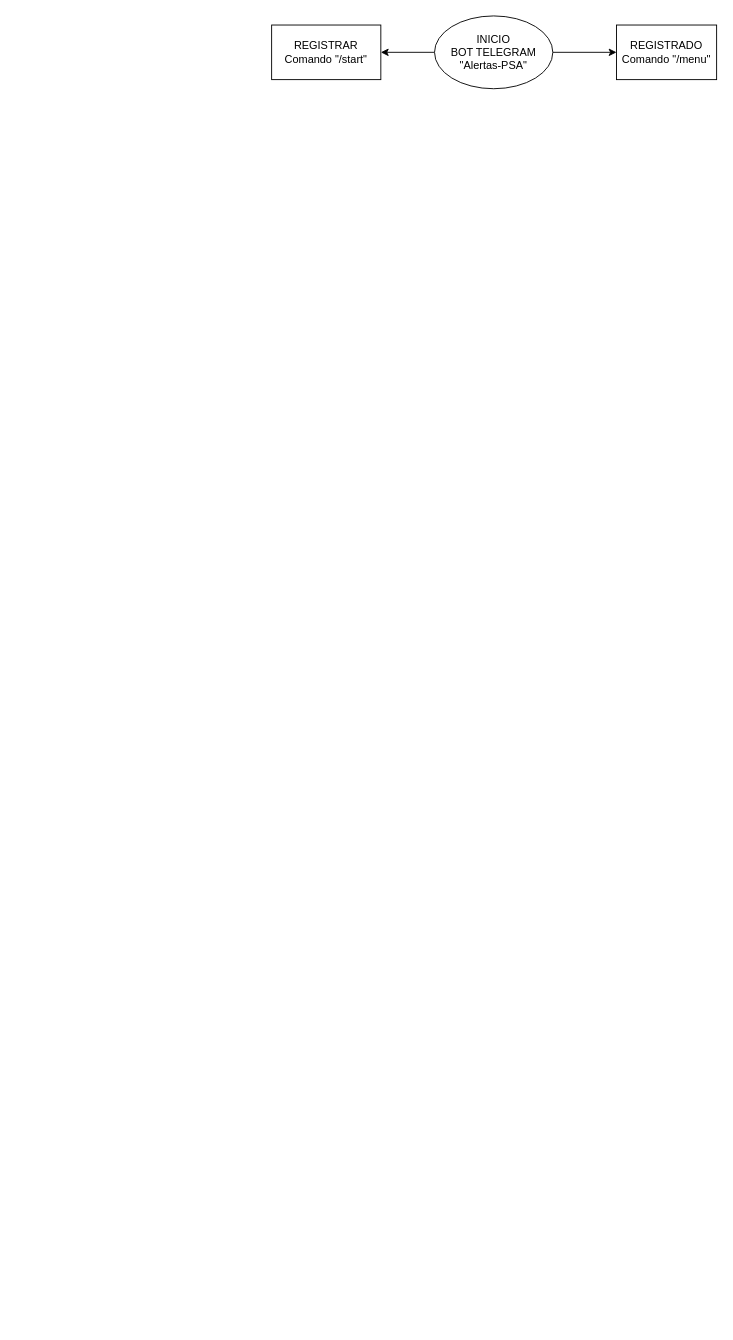
Earlier version of the draw.io diagram Flujos_en _Bot.drawio (gavalle2024/Diagramas-de-Flujos). Source tidied: cells renumbered, new cells numbered last; positions are measured from the earlier drawing's top-left corner, leaving out a move shared by most shapes. Both pictures are drawn from the tidied source at 91%, with x=0, y=0 at pixel (271, 15).
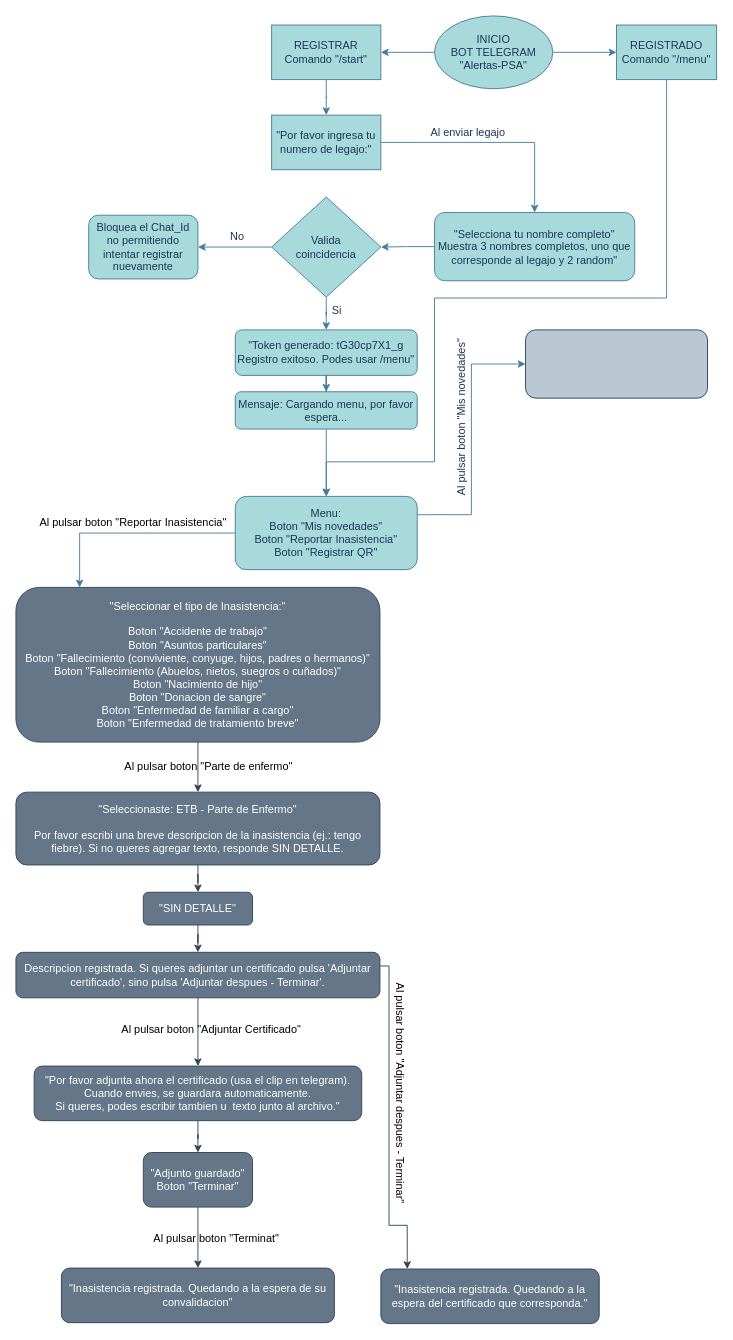
Above is the later version.

What changed in the source:
```diff
@@
-    <mxCell id="2" style="edgeStyle=orthogonalEdgeStyle;rounded=0;jettySize=auto;html=1;" parent="1" edge="1" source="4" target="5">
+    <mxCell id="2" style="edgeStyle=orthogonalEdgeStyle;rounded=0;jettySize=auto;html=1;labelBackgroundColor=none;strokeColor=#457B9D;fontColor=default;" parent="1" edge="1" source="4" target="5">
       <mxGeometry relative="1" as="geometry" />
     </mxCell>
-    <mxCell id="3" style="edgeStyle=orthogonalEdgeStyle;rounded=0;jettySize=auto;html=1;" parent="1" edge="1" source="4" target="6">
+    <mxCell id="3" style="edgeStyle=orthogonalEdgeStyle;rounded=0;jettySize=auto;html=1;labelBackgroundColor=none;strokeColor=#457B9D;fontColor=default;" parent="1" edge="1" source="4" target="6">
       <mxGeometry relative="1" as="geometry" />
     </mxCell>
-    <mxCell id="4" value="INICIO&lt;div&gt;BOT TELEGRAM&lt;/div&gt;&lt;div&gt;&quot;Alertas-PSA&quot;&lt;/div&gt;" style="ellipse;whiteSpace=wrap;html=1;" parent="1" vertex="1">
+    <mxCell id="4" value="INICIO&lt;div&gt;BOT TELEGRAM&lt;/div&gt;&lt;div&gt;&quot;Alertas-PSA&quot;&lt;/div&gt;" style="ellipse;whiteSpace=wrap;html=1;labelBackgroundColor=none;fillColor=#A8DADC;strokeColor=#457B9D;fontColor=#1D3557;" parent="1" vertex="1">
       <mxGeometry x="179" width="130" height="80" as="geometry" />
     </mxCell>
+    <mxCell id="7" style="edgeStyle=orthogonalEdgeStyle;rounded=0;jettySize=auto;html=1;labelBackgroundColor=none;strokeColor=#457B9D;fontColor=default;" parent="1" edge="1" source="5" target="10">
+      <mxGeometry relative="1" as="geometry" />
+    </mxCell>
-    <mxCell id="5" value="REGISTRAR Comando &quot;/start&quot;" style="whiteSpace=wrap;html=1;" parent="1" vertex="1">
+    <mxCell id="5" value="REGISTRAR Comando &quot;/start&quot;" style="whiteSpace=wrap;html=1;labelBackgroundColor=none;fillColor=#A8DADC;strokeColor=#457B9D;fontColor=#1D3557;" parent="1" vertex="1">
       <mxGeometry y="10" width="120" height="60" as="geometry" />
     </mxCell>
+    <mxCell id="8" style="edgeStyle=orthogonalEdgeStyle;rounded=0;jettySize=auto;html=1;exitX=0.5;exitY=1;exitDx=0;exitDy=0;entryX=0.5;entryY=0;entryDx=0;entryDy=0;labelBackgroundColor=none;strokeColor=#457B9D;fontColor=default;" parent="1" edge="1" source="6" target="25">
+      <mxGeometry relative="1" as="geometry">
+        <Array as="points">
+          <mxPoint x="434" y="310" />
+          <mxPoint x="179" y="310" />
+          <mxPoint x="179" y="490" />
+          <mxPoint x="60" y="490" />
+        </Array>
+      </mxGeometry>
+    </mxCell>
-    <mxCell id="6" value="REGISTRADO&lt;div&gt;Comando &quot;/menu&quot;&lt;/div&gt;" style="whiteSpace=wrap;html=1;" parent="1" vertex="1">
+    <mxCell id="6" value="REGISTRADO&lt;div&gt;Comando &quot;/menu&quot;&lt;/div&gt;" style="whiteSpace=wrap;html=1;labelBackgroundColor=none;fillColor=#A8DADC;strokeColor=#457B9D;fontColor=#1D3557;" parent="1" vertex="1">
       <mxGeometry x="379" y="10" width="110" height="60" as="geometry" />
     </mxCell>
+    <mxCell id="9" style="edgeStyle=orthogonalEdgeStyle;rounded=0;jettySize=auto;html=1;labelBackgroundColor=none;strokeColor=#457B9D;fontColor=default;" parent="1" edge="1" source="10" target="12">
+      <mxGeometry relative="1" as="geometry" />
+    </mxCell>
+    <mxCell id="10" value="&quot;Por favor ingresa tu numero de legajo:&quot;" style="whiteSpace=wrap;html=1;labelBackgroundColor=none;fillColor=#A8DADC;strokeColor=#457B9D;fontColor=#1D3557;" parent="1" vertex="1">
+      <mxGeometry y="109" width="120" height="60" as="geometry" />
+    </mxCell>
+    <mxCell id="11" style="edgeStyle=orthogonalEdgeStyle;rounded=0;jettySize=auto;html=1;labelBackgroundColor=none;strokeColor=#457B9D;fontColor=default;" parent="1" edge="1" source="12" target="14">
+      <mxGeometry relative="1" as="geometry" />
+    </mxCell>
+    <mxCell id="12" value="&quot;Selecciona tu nombre completo&quot;&lt;div&gt;Muestra 3 nombres completos, uno que corresponde al legajo y 2 random&quot;&lt;/div&gt;" style="rounded=1;whiteSpace=wrap;html=1;labelBackgroundColor=none;fillColor=#A8DADC;strokeColor=#457B9D;fontColor=#1D3557;" parent="1" vertex="1">
+      <mxGeometry x="179" y="216" width="220" height="75" as="geometry" />
+    </mxCell>
+    <mxCell id="13" style="edgeStyle=orthogonalEdgeStyle;rounded=0;jettySize=auto;html=1;labelBackgroundColor=none;strokeColor=#457B9D;fontColor=default;" parent="1" edge="1" source="14" target="19">
+      <mxGeometry relative="1" as="geometry" />
+    </mxCell>
+    <mxCell id="14" value="Valida&lt;div&gt;coincidencia&lt;/div&gt;" style="rhombus;whiteSpace=wrap;html=1;labelBackgroundColor=none;fillColor=#A8DADC;strokeColor=#457B9D;fontColor=#1D3557;" parent="1" vertex="1">
+      <mxGeometry y="199" width="120" height="110" as="geometry" />
+    </mxCell>
+    <mxCell id="15" value="Bloquea el Chat_Id no permitiendo intentar registrar nuevamente" style="rounded=1;whiteSpace=wrap;html=1;labelBackgroundColor=none;fillColor=#A8DADC;strokeColor=#457B9D;fontColor=#1D3557;" parent="1" vertex="1">
+      <mxGeometry x="-201" y="219" width="120" height="70" as="geometry" />
+    </mxCell>
+    <mxCell id="16" style="edgeStyle=orthogonalEdgeStyle;rounded=0;jettySize=auto;html=1;entryX=1;entryY=0.5;entryDx=0;entryDy=0;labelBackgroundColor=none;strokeColor=#457B9D;fontColor=default;" parent="1" edge="1" source="14" target="15">
+      <mxGeometry relative="1" as="geometry" />
+    </mxCell>
+    <mxCell id="17" value="No" style="text;html=1;whiteSpace=wrap;strokeColor=none;fillColor=none;align=center;verticalAlign=middle;rounded=0;labelBackgroundColor=none;fontColor=light-dark(#1D3557,#FFFF66);" parent="1" vertex="1">
+      <mxGeometry x="-57" y="228" width="39" height="30" as="geometry" />
+    </mxCell>
+    <mxCell id="18" style="edgeStyle=orthogonalEdgeStyle;rounded=0;jettySize=auto;html=1;labelBackgroundColor=none;strokeColor=#457B9D;fontColor=default;" parent="1" edge="1" source="19" target="22">
+      <mxGeometry relative="1" as="geometry" />
+    </mxCell>
+    <mxCell id="19" value="&quot;Token generado: tG30cp7X1_g&lt;div&gt;Registro exitoso. Podes usar /menu&quot;&lt;/div&gt;" style="rounded=1;whiteSpace=wrap;html=1;labelBackgroundColor=none;fillColor=#A8DADC;strokeColor=#457B9D;fontColor=#1D3557;" parent="1" vertex="1">
+      <mxGeometry x="-40" y="345" width="200" height="50" as="geometry" />
+    </mxCell>
+    <mxCell id="20" value="Si" style="text;html=1;whiteSpace=wrap;strokeColor=none;fillColor=none;align=center;verticalAlign=middle;rounded=0;labelBackgroundColor=none;fontColor=light-dark(#1D3557,#FFFF66);" parent="1" vertex="1">
+      <mxGeometry x="52" y="309" width="40" height="30" as="geometry" />
+    </mxCell>
+    <mxCell id="21" style="edgeStyle=orthogonalEdgeStyle;rounded=0;jettySize=auto;html=1;labelBackgroundColor=none;strokeColor=#457B9D;fontColor=default;" parent="1" edge="1" source="22" target="25">
+      <mxGeometry relative="1" as="geometry">
+        <Array as="points">
+          <mxPoint x="60" y="470" />
+          <mxPoint x="60" y="470" />
+        </Array>
+      </mxGeometry>
+    </mxCell>
+    <mxCell id="22" value="Mensaje: Cargando menu, por favor espera..." style="rounded=1;whiteSpace=wrap;html=1;labelBackgroundColor=none;fillColor=#A8DADC;strokeColor=#457B9D;fontColor=#1D3557;" parent="1" vertex="1">
+      <mxGeometry x="-40" y="413" width="200" height="41" as="geometry" />
+    </mxCell>
+    <mxCell id="23" style="edgeStyle=orthogonalEdgeStyle;rounded=0;jettySize=auto;html=1;exitX=0;exitY=0.5;exitDx=0;exitDy=0;labelBackgroundColor=none;strokeColor=#457B9D;fontColor=default;" parent="1" edge="1" source="25" target="27">
+      <mxGeometry relative="1" as="geometry">
+        <Array as="points">
+          <mxPoint x="-211" y="568" />
+        </Array>
+      </mxGeometry>
+    </mxCell>
+    <mxCell id="24" style="edgeStyle=orthogonalEdgeStyle;rounded=0;jettySize=auto;html=1;exitX=1;exitY=0.25;exitDx=0;exitDy=0;entryX=0;entryY=0.5;entryDx=0;entryDy=0;labelBackgroundColor=none;strokeColor=#457B9D;fontColor=default;" parent="1" edge="1" source="25" target="47">
+      <mxGeometry relative="1" as="geometry" />
+    </mxCell>
+    <mxCell id="25" value="Menu:&lt;div&gt;Boton &quot;Mis novedades&quot;&lt;/div&gt;&lt;div&gt;Boton &quot;Reportar Inasistencia&quot;&lt;/div&gt;&lt;div&gt;Boton &quot;Registrar QR&quot;&lt;/div&gt;" style="rounded=1;whiteSpace=wrap;html=1;labelBackgroundColor=none;fillColor=#A8DADC;strokeColor=#457B9D;fontColor=#1D3557;" parent="1" vertex="1">
+      <mxGeometry x="-40" y="528" width="200" height="80.5" as="geometry" />
+    </mxCell>
+    <mxCell id="26" style="edgeStyle=orthogonalEdgeStyle;rounded=0;jettySize=auto;html=1;labelBackgroundColor=none;strokeColor=#314354;fontColor=default;fillColor=#647687;" parent="1" edge="1" source="27" target="30">
+      <mxGeometry relative="1" as="geometry" />
+    </mxCell>
+    <mxCell id="27" value="&quot;Seleccionar el tipo de Inasistencia:&quot;&lt;div&gt;&lt;br&gt;&lt;/div&gt;&lt;div&gt;Boton &quot;Accidente de trabajo&quot;&lt;/div&gt;&lt;div&gt;Boton &quot;Asuntos particulares&quot;&lt;/div&gt;&lt;div&gt;Boton &quot;Fallecimiento (conviviente, conyuge, hijos, padres o hermanos)&quot;&lt;/div&gt;&lt;div&gt;Boton &quot;Fallecimiento (Abuelos, nietos, suegros o cuñados)&quot;&lt;/div&gt;&lt;div&gt;Boton &quot;Nacimiento de hijo&quot;&lt;/div&gt;&lt;div&gt;Boton &quot;Donacion de sangre&quot;&lt;/div&gt;&lt;div&gt;Boton &quot;Enfermedad de familiar a cargo&quot;&lt;/div&gt;&lt;div&gt;Boton &quot;Enfermedad de tratamiento breve&quot;&lt;/div&gt;" style="whiteSpace=wrap;html=1;rounded=1;labelBackgroundColor=none;fillColor=#647687;strokeColor=#314354;fontColor=#ffffff;" parent="1" vertex="1">
+      <mxGeometry x="-281" y="628" width="400" height="170" as="geometry" />
+    </mxCell>
+    <mxCell id="28" value="Al pulsar boton &quot;Reportar Inasis&lt;span style=&quot;background-color: transparent;&quot;&gt;tencia&quot;&lt;/span&gt;" style="text;html=1;whiteSpace=wrap;align=center;verticalAlign=middle;rounded=0;labelBackgroundColor=none;fontColor=light-dark(#000000,#FFFF66);" parent="1" vertex="1">
+      <mxGeometry x="-260" y="542" width="216" height="30" as="geometry" />
+    </mxCell>
+    <mxCell id="29" style="edgeStyle=orthogonalEdgeStyle;rounded=0;jettySize=auto;html=1;labelBackgroundColor=none;strokeColor=#314354;fontColor=default;fillColor=#647687;" parent="1" edge="1" source="30" target="32">
+      <mxGeometry relative="1" as="geometry" />
+    </mxCell>
+    <mxCell id="30" value="&quot;Seleccionaste: ETB - Parte de Enfermo&quot;&lt;div&gt;&lt;br&gt;&lt;/div&gt;&lt;div&gt;Por favor escribi una breve descripcion de la inasistencia (ej.: tengo fiebre). Si no queres agregar texto, responde SIN DETALLE.&lt;/div&gt;" style="whiteSpace=wrap;html=1;rounded=1;labelBackgroundColor=none;fillColor=#647687;strokeColor=#314354;fontColor=#ffffff;" parent="1" vertex="1">
+      <mxGeometry x="-281" y="853" width="400" height="80" as="geometry" />
+    </mxCell>
+    <mxCell id="31" style="edgeStyle=orthogonalEdgeStyle;rounded=0;jettySize=auto;html=1;labelBackgroundColor=none;strokeColor=#314354;fontColor=default;fillColor=#647687;" parent="1" edge="1" source="32" target="35">
+      <mxGeometry relative="1" as="geometry" />
+    </mxCell>
+    <mxCell id="32" value="&quot;SIN DETALLE&quot;" style="whiteSpace=wrap;html=1;rounded=1;labelBackgroundColor=none;fillColor=#647687;strokeColor=#314354;fontColor=#ffffff;" parent="1" vertex="1">
+      <mxGeometry x="-141" y="963" width="120" height="36" as="geometry" />
+    </mxCell>
+    <mxCell id="33" style="edgeStyle=orthogonalEdgeStyle;rounded=0;jettySize=auto;html=1;labelBackgroundColor=none;strokeColor=#314354;fontColor=default;fillColor=#647687;" parent="1" edge="1" source="35" target="37">
+      <mxGeometry relative="1" as="geometry" />
+    </mxCell>
+    <mxCell id="34" style="edgeStyle=orthogonalEdgeStyle;rounded=0;jettySize=auto;html=1;exitX=1;exitY=0.5;exitDx=0;exitDy=0;entryX=0.121;entryY=0;entryDx=0;entryDy=0;entryPerimeter=0;labelBackgroundColor=none;strokeColor=#314354;fontColor=default;fillColor=#647687;" parent="1" edge="1" target="43">
+      <mxGeometry relative="1" as="geometry">
+        <mxPoint x="119" y="1044" as="sourcePoint" />
+        <Array as="points">
+          <mxPoint x="129" y="1044" />
+          <mxPoint x="129" y="1329" />
+          <mxPoint x="149" y="1329" />
+        </Array>
+      </mxGeometry>
+    </mxCell>
+    <mxCell id="35" value="Descripcion registrada. Si queres adjuntar un certificado pulsa 'Adjuntar certificado', sino pulsa 'Adjuntar despues - Terminar'." style="rounded=1;whiteSpace=wrap;html=1;labelBackgroundColor=none;fillColor=#647687;strokeColor=#314354;fontColor=#ffffff;" parent="1" vertex="1">
+      <mxGeometry x="-281" y="1029" width="400" height="50" as="geometry" />
+    </mxCell>
+    <mxCell id="36" style="edgeStyle=orthogonalEdgeStyle;rounded=0;jettySize=auto;html=1;labelBackgroundColor=none;strokeColor=#314354;fontColor=default;fillColor=#647687;" parent="1" edge="1" source="37" target="40">
+      <mxGeometry relative="1" as="geometry" />
+    </mxCell>
+    <mxCell id="37" value="&quot;Por favor adjunta ahora el certificado (usa el clip en telegram). Cuando envies, se guardara automaticamente.&lt;div&gt;Si queres, podes escribir tambien u&amp;nbsp; texto junto al archivo.&quot;&lt;/div&gt;" style="rounded=1;whiteSpace=wrap;html=1;labelBackgroundColor=none;fillColor=#647687;strokeColor=#314354;fontColor=#ffffff;" parent="1" vertex="1">
+      <mxGeometry x="-261" y="1154" width="360" height="60" as="geometry" />
+    </mxCell>
+    <mxCell id="38" value="Al pulsar boton &quot;Adjuntar Certificado&quot;" style="text;html=1;whiteSpace=wrap;align=center;verticalAlign=middle;rounded=0;labelBackgroundColor=none;fontColor=light-dark(#000000,#FFFF66);" parent="1" vertex="1">
+      <mxGeometry x="-171" y="1099" width="210" height="30" as="geometry" />
+    </mxCell>
+    <mxCell id="39" style="edgeStyle=orthogonalEdgeStyle;rounded=0;jettySize=auto;html=1;labelBackgroundColor=none;strokeColor=#314354;fontColor=default;fillColor=#647687;" parent="1" edge="1" source="40" target="41">
+      <mxGeometry relative="1" as="geometry" />
+    </mxCell>
+    <mxCell id="40" value="&quot;Adjunto guardado&quot;&lt;div&gt;Boton &quot;Terminar&quot;&lt;/div&gt;" style="rounded=1;whiteSpace=wrap;html=1;labelBackgroundColor=none;fillColor=#647687;strokeColor=#314354;fontColor=#ffffff;" parent="1" vertex="1">
+      <mxGeometry x="-141" y="1249" width="120" height="60" as="geometry" />
+    </mxCell>
+    <mxCell id="41" value="&quot;Inasistencia registrada. Quedando a la espera de su convalidacion&quot;" style="whiteSpace=wrap;html=1;rounded=1;labelBackgroundColor=none;fillColor=#647687;strokeColor=#314354;fontColor=#ffffff;" parent="1" vertex="1">
+      <mxGeometry x="-231" y="1376" width="300" height="60" as="geometry" />
+    </mxCell>
+    <mxCell id="42" value="Al pulsar boton &quot;Terminat&quot;" style="text;html=1;whiteSpace=wrap;align=center;verticalAlign=middle;rounded=0;labelBackgroundColor=none;fontColor=light-dark(#000000,#FFFF66);" parent="1" vertex="1">
+      <mxGeometry x="-135" y="1329" width="149" height="30" as="geometry" />
+    </mxCell>
+    <mxCell id="43" value="&quot;Inasistencia registrada. Quedando a la espera del certificado que corresponda.&quot;" style="rounded=1;whiteSpace=wrap;html=1;labelBackgroundColor=none;fillColor=#647687;strokeColor=#314354;fontColor=#ffffff;" parent="1" vertex="1">
+      <mxGeometry x="120" y="1377" width="240" height="60" as="geometry" />
+    </mxCell>
+    <mxCell id="44" value="Al pulsar boton &quot;Adjuntar despues - Terminar&quot;" style="text;html=1;whiteSpace=wrap;align=center;verticalAlign=middle;rounded=0;rotation=90;labelBackgroundColor=none;fontColor=light-dark(#000000,#FFFF66);" parent="1" vertex="1">
+      <mxGeometry x="12" y="1169" width="259" height="30" as="geometry" />
+    </mxCell>
+    <mxCell id="45" value="Al pulsar boton &quot;Parte de enfermo&lt;span style=&quot;background-color: transparent;&quot;&gt;&quot;&lt;/span&gt;" style="text;html=1;whiteSpace=wrap;align=center;verticalAlign=middle;rounded=0;labelBackgroundColor=none;fontColor=light-dark(#000000,#FFFF66);" parent="1" vertex="1">
+      <mxGeometry x="-177" y="810" width="216" height="30" as="geometry" />
+    </mxCell>
+    <mxCell id="46" value="Al enviar legajo" style="text;html=1;whiteSpace=wrap;strokeColor=none;fillColor=none;align=center;verticalAlign=middle;rounded=0;labelBackgroundColor=none;fontColor=light-dark(#1D3557,#FFFF66);" parent="1" vertex="1">
+      <mxGeometry x="166" y="113" width="100" height="30" as="geometry" />
+    </mxCell>
+    <mxCell id="47" style="rounded=1;whiteSpace=wrap;html=1;labelBackgroundColor=none;fillColor=#bac8d3;strokeColor=#23445d;" parent="1" vertex="1">
+      <mxGeometry x="279" y="345" width="200" height="75" as="geometry" />
+    </mxCell>
+    <mxCell id="48" value="Al pulsar boton &quot;Mis novedades&lt;span style=&quot;background-color: transparent;&quot;&gt;&quot;&lt;/span&gt;" style="text;html=1;whiteSpace=wrap;strokeColor=none;fillColor=none;align=center;verticalAlign=middle;rounded=0;rotation=-90;labelBackgroundColor=none;fontColor=light-dark(#1D3557,#FFFF66);" parent="1" vertex="1">
+      <mxGeometry x="114" y="426" width="190" height="30" as="geometry" />
+    </mxCell>
```
